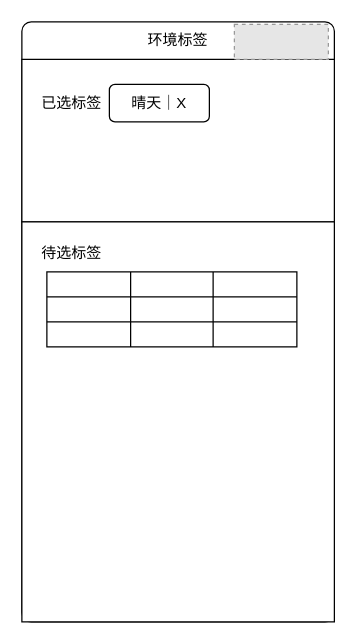
Above: ui/环境标签.drawio in buildm/draw.io (draw.io), before the change. Source tidied: cells renumbered, new cells numbered last; positions are measured from the earlier drawing's top-left corner, leaving out a move shared by most shapes. Both pictures are drawn from the tidied source at 125%, with x=0, y=0 at pixel (21, 21). Pictures stored in the file or linked from it are replaced by grey dashed boxes.
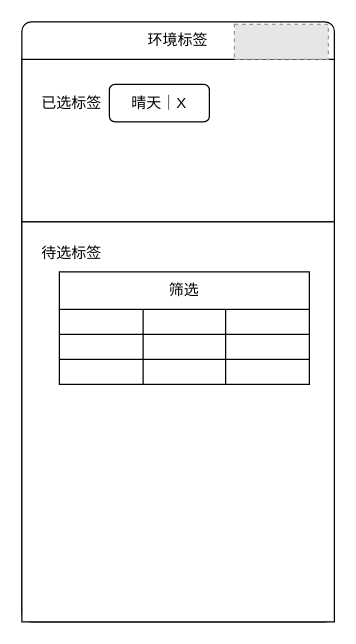
The same diagram, later.

Commit message:
更新环境标签.drawio

Diff of the diagram source:
```diff
@@
     <mxCell id="8" style="shape=table;html=1;whiteSpace=wrap;startSize=0;childLayout=tableLayout;rounded=1;" parent="1" vertex="1">
-      <mxGeometry x="20" y="200" width="200" height="60" as="geometry" />
+      <mxGeometry x="30" y="230" width="200" height="60" as="geometry" />
     </mxCell>
@@
+    <mxCell id="23" value="筛选" style="rounded=0;whiteSpace=wrap;html=1;" parent="1" vertex="1">
+      <mxGeometry x="30" y="200" width="200" height="30" as="geometry" />
+    </mxCell>
```
